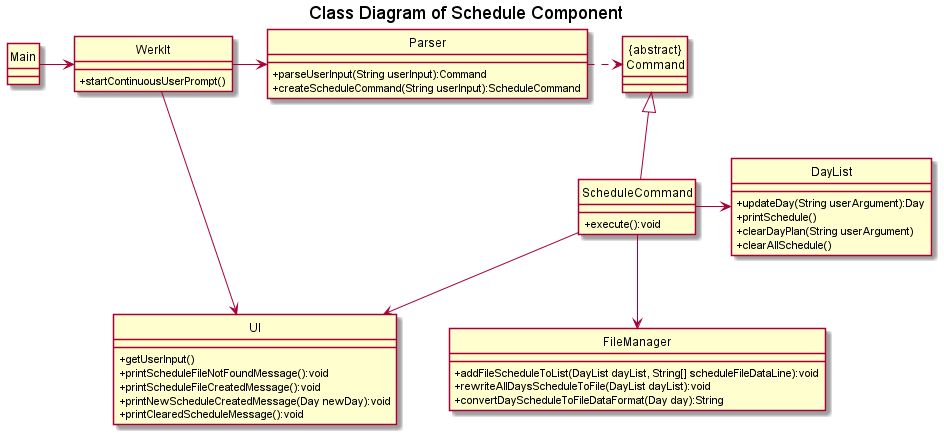
This is docs/uml/classDiagrams/images/scheduleComponent.png from nus-cs2113-AY2122S2/tp, a PlantUML export, as it was before one commit.
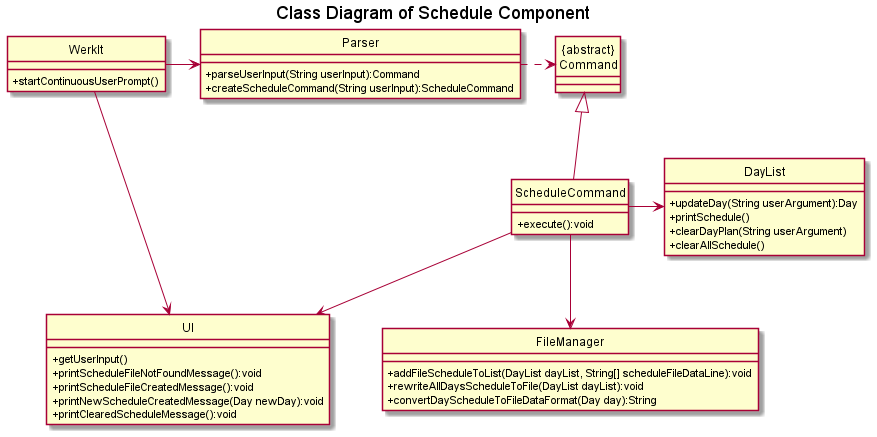
Later version of the same file.

Diff of the diagram source:
```diff
@@ -4,7 +4,6 @@
 skinparam classAttributeIconSize 0
 title Class Diagram of Schedule Component
 
-Main -> WerkIt
 WerkIt -> Parser
 WerkIt -> UI
 Parser .r.> "{abstract}\nCommand"
@@ -15,10 +14,6 @@
 
 class WerkIt {
 + startContinuousUserPrompt()
-}
-
-class Main {
-
 }
 
 class DayList {
```
